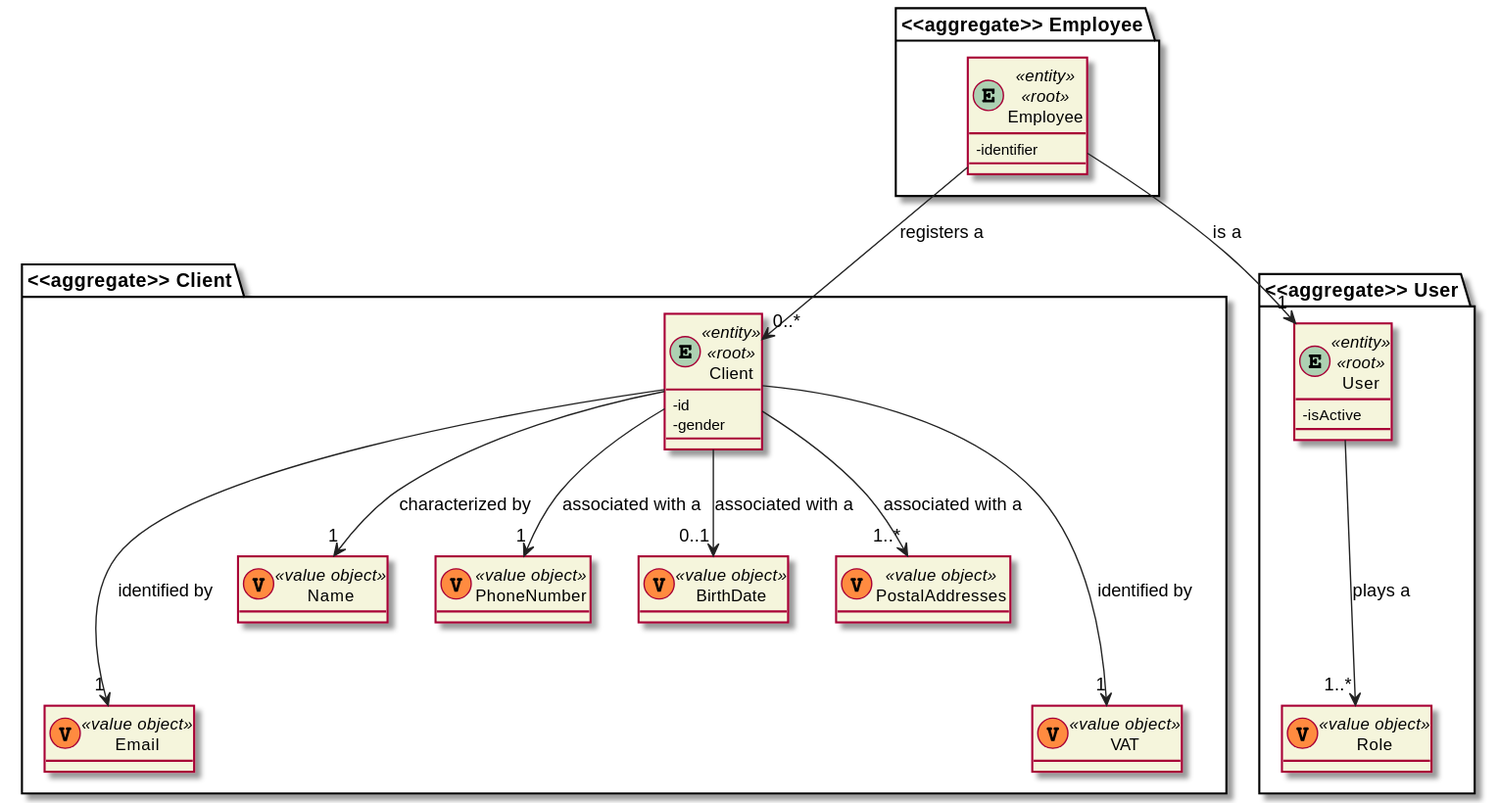
This is docs/1201386/US1003/DM_Client.svg from 0franciscor/lei21_22_s4_2de_01, a PlantUML export, as it was before one commit.
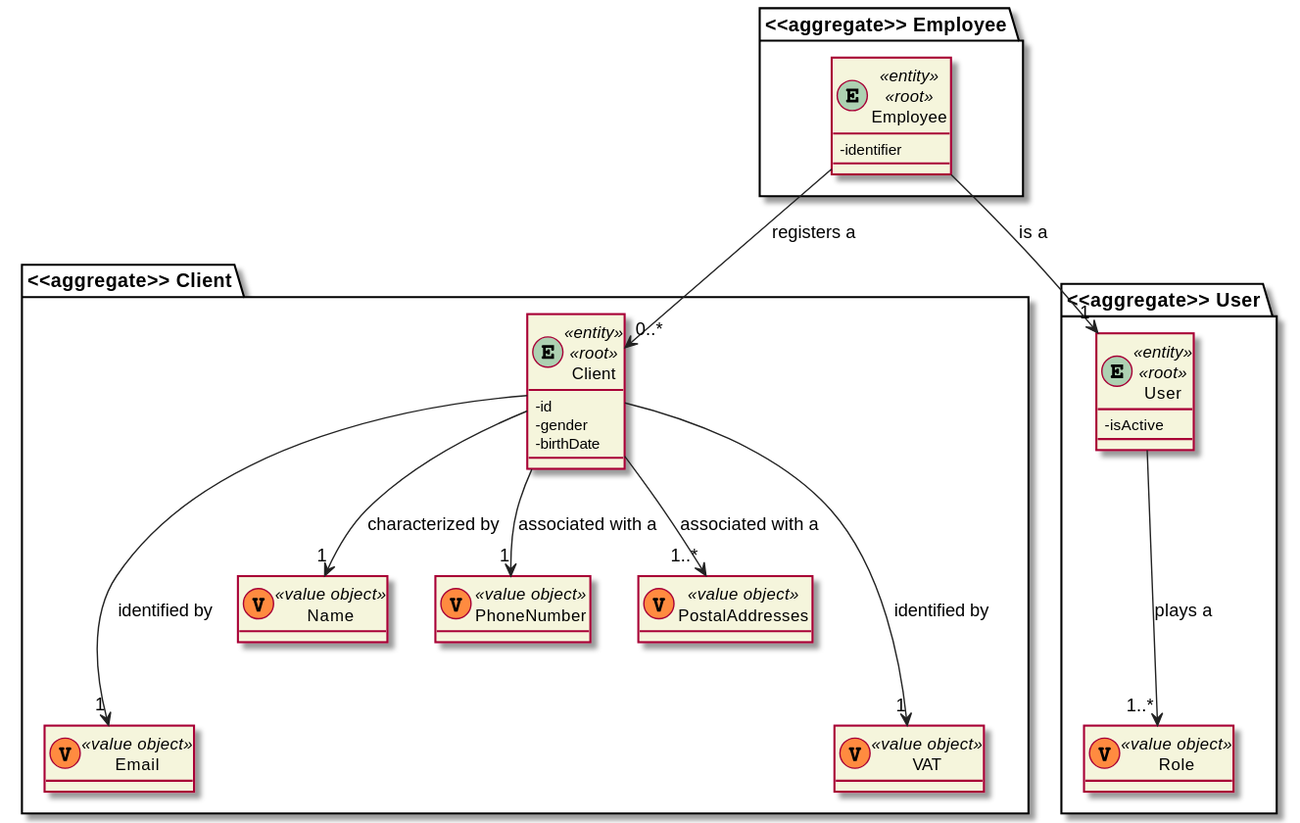
Above is the later version.

What changed in the source:
```diff
@@ -10,7 +10,6 @@
     class Email
     class Name
     class PhoneNumber
-    class BirthDate
     class PostalAddresses
     class VAT
 }
@@ -18,12 +17,12 @@
 entity Client <<entity>> <<root>> {
     - id
     - gender
+    - birthDate
 }
 
 class Name <<(V,#FF8B40) value object>> {}
 class Email <<(V,#FF8B40) value object>> {}
 class PhoneNumber <<(V,#FF8B40) value object>> {}
-class BirthDate <<(V,#FF8B40) value object>> {}
 class PostalAddresses <<(V,#FF8B40) value object>> {}
 class VAT <<(V,#FF8B40) value object>> {}
 
@@ -31,7 +30,6 @@
 Client ---> "1" Email : identified by
 Client ---> "1" VAT : identified by
 Client --> "1" PhoneNumber: associated with a
-Client --> "0..1" BirthDate: associated with a
 Client --> "1..*" PostalAddresses: associated with a
 
 package "<<aggregate>> User" {
```
